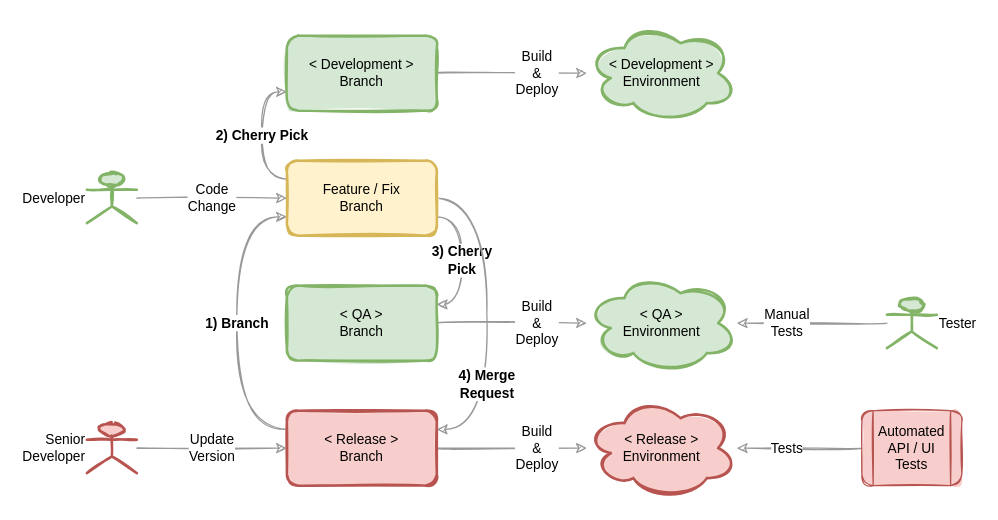
andylke/docs-gitlab-flow keeps this draw.io diagram as page "04-hotfix-flow" (4 of 5) of gitlab-flow.drawio. Above is the earlier version. Source tidied: cells renumbered, new cells numbered last; positions are measured from the earlier drawing's top-left corner, leaving out a move shared by most shapes. Both pictures are drawn from the tidied source at 125%, with x=0, y=0 at pixel (86, 22).
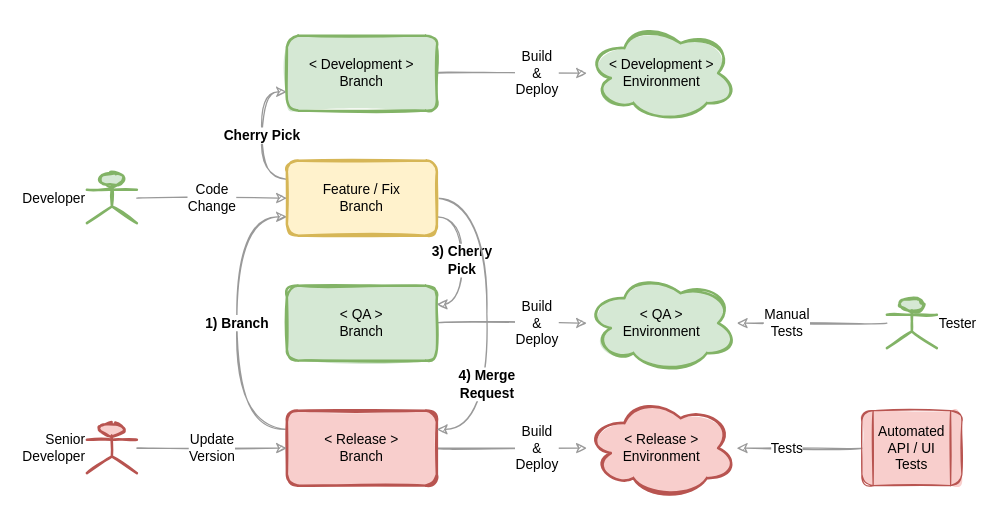
Above is the later version.

The change refers to these unchanged cells:
```xml
<mxCell id="10" value="Feature / Fix&lt;br style=&quot;font-size: 11px;&quot;&gt;Branch" style="rounded=1;whiteSpace=wrap;html=1;sketch=1;fontSize=11;strokeColor=#d6b656;strokeWidth=2;fillColor=#fff2cc;fillStyle=solid;" parent="1" vertex="1">
  <mxGeometry x="160" y="110" width="120" height="60" as="geometry" />
</mxCell>
<mxCell id="12" value="&amp;lt; Development &amp;gt;&lt;br style=&quot;font-size: 11px;&quot;&gt;Branch" style="rounded=1;whiteSpace=wrap;html=1;sketch=1;fontSize=11;strokeColor=#82b366;strokeWidth=2;fillColor=#d5e8d4;fillStyle=solid;" parent="1" vertex="1">
  <mxGeometry x="160" y="10" width="120" height="60" as="geometry" />
</mxCell>
```

Diff of the diagram source:
```diff
@@
-    <mxCell id="7" value="2) Cherry Pick" style="edgeStyle=orthogonalEdgeStyle;sketch=1;jettySize=auto;html=1;exitX=0;exitY=0.25;exitDx=0;exitDy=0;entryX=0;entryY=0.75;entryDx=0;entryDy=0;strokeColor=#999999;curved=1;fontSize=11;fontStyle=1;" parent="1" edge="1" source="10" target="12">
+    <mxCell id="7" value="Cherry Pick" style="edgeStyle=orthogonalEdgeStyle;sketch=1;jettySize=auto;html=1;exitX=0;exitY=0.25;exitDx=0;exitDy=0;entryX=0;entryY=0.75;entryDx=0;entryDy=0;strokeColor=#999999;curved=1;fontSize=11;fontStyle=1;" parent="1" edge="1" source="10" target="12">
       <mxGeometry relative="1" as="geometry" />
     </mxCell>
```
